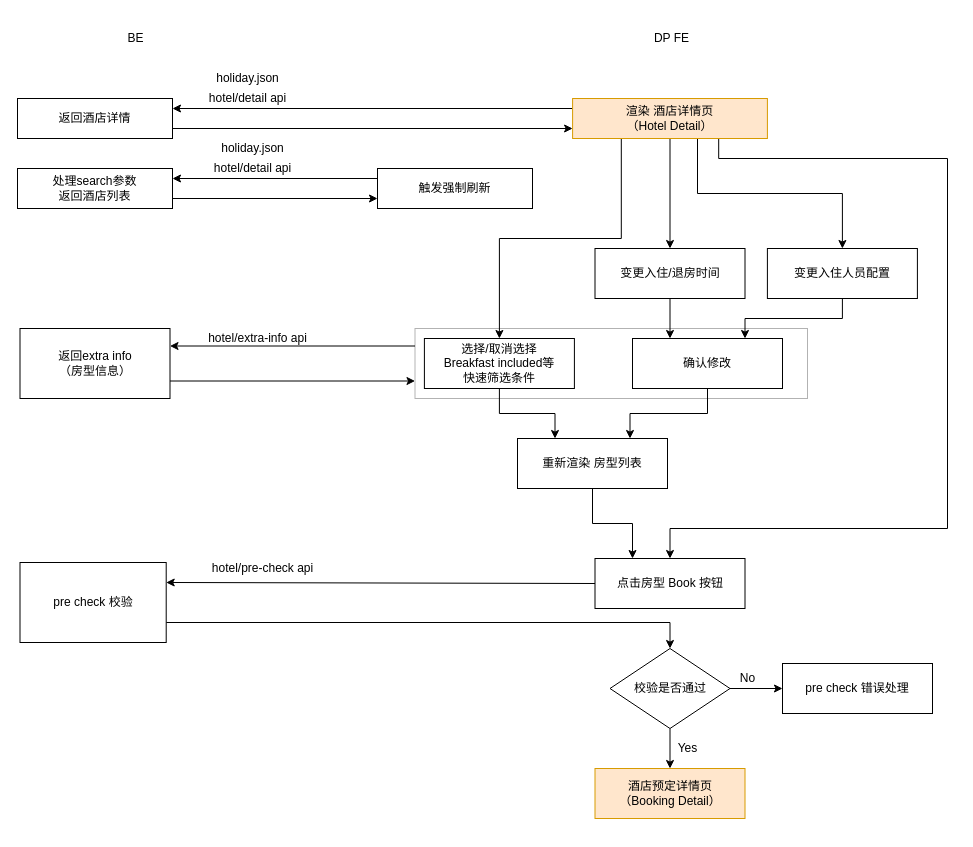
The draw.io diagram page "Detail" (3 of 4) of page_process/pageProcess.drawio in junhong2021/Hotel-, before the edit. Source tidied: cells renumbered, new cells numbered last; positions are measured from the earlier drawing's top-left corner, leaving out a move shared by most shapes. Both pictures are drawn from the tidied source at 100%, with x=0, y=0 at pixel (17, 28).
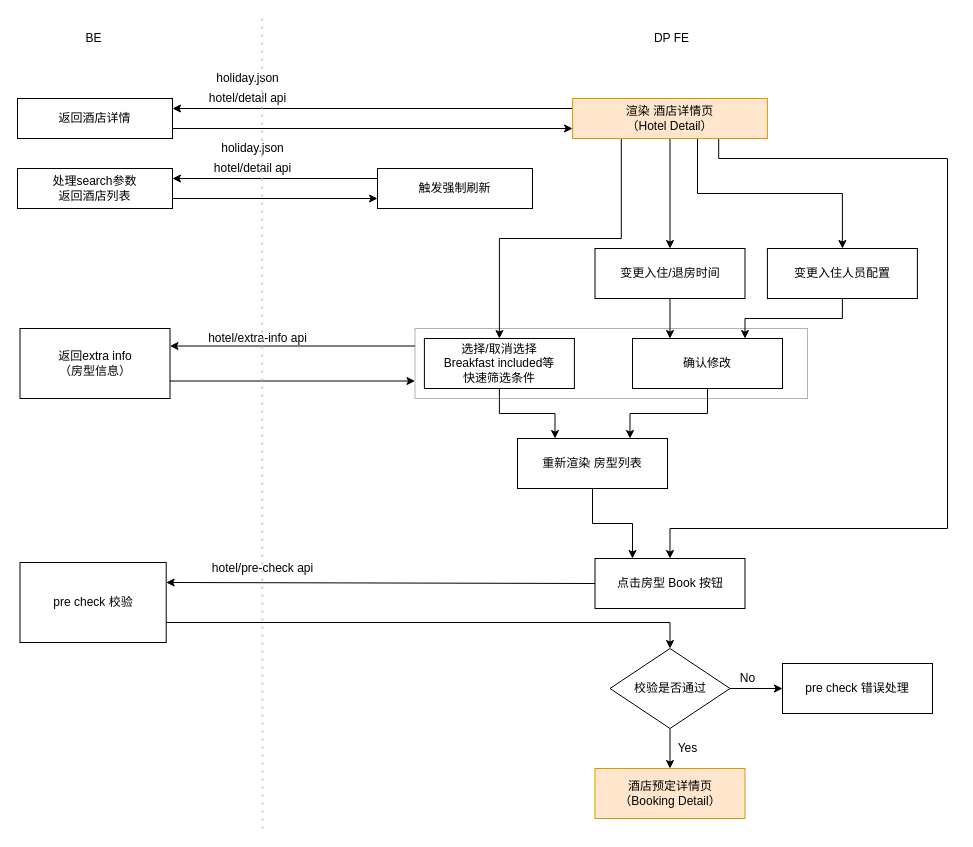
After the change.

Diff of the diagram source:
```diff
@@
     <mxCell id="4" value="BE" style="text;html=1;align=center;verticalAlign=middle;" parent="1" vertex="1">
-      <mxGeometry x="102.5" width="30" height="20" as="geometry" />
+      <mxGeometry x="60.6" width="30" height="20" as="geometry" />
     </mxCell>
@@
+    <mxCell id="47" style="endArrow=none;dashed=1;html=1;dashPattern=1 3;strokeWidth=2;strokeColor=#CCCCCC;" parent="1" edge="1">
+      <mxGeometry relative="1" as="geometry">
+        <mxPoint x="245" y="800" as="sourcePoint" />
+        <mxPoint x="244.5" y="-10" as="targetPoint" />
+      </mxGeometry>
+    </mxCell>
```
